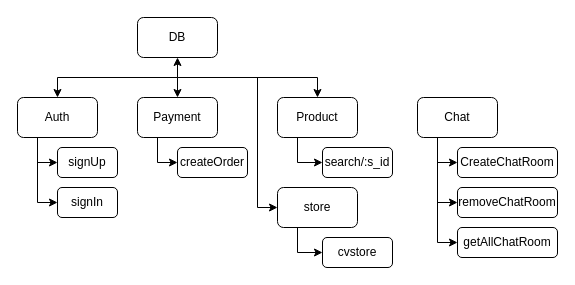
Earlier version of the draw.io diagram Untitled Diagram.drawio (Ozymandias089/Uni-codes). Source tidied: cells renumbered, new cells numbered last; positions are measured from the earlier drawing's top-left corner, leaving out a move shared by most shapes. Both pictures are drawn from the tidied source at 100%, with x=0, y=0 at pixel (17, 17).
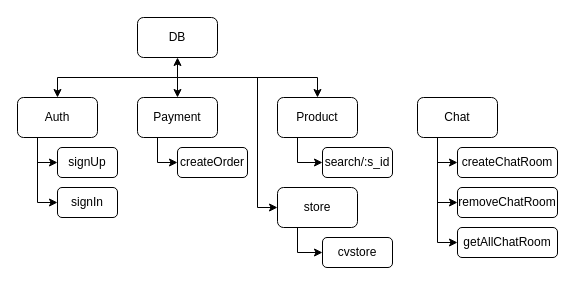
Above is the later version.

Change to the diagram source:
```diff
@@
-    <mxCell id="9" value="CreateChatRoom" style="rounded=1;whiteSpace=wrap;html=1;" parent="1" vertex="1">
+    <mxCell id="9" value="createChatRoom" style="rounded=1;whiteSpace=wrap;html=1;" parent="1" vertex="1">
       <mxGeometry x="440" y="130" width="100" height="30" as="geometry" />
     </mxCell>
```
